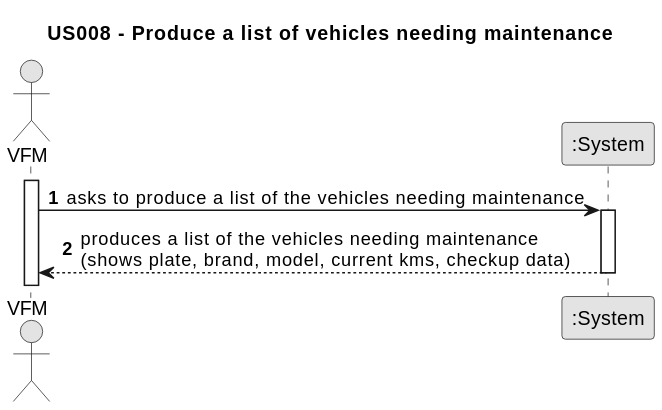
Departamento-de-Engenharia-Informatica/lei-24-s2-1dm-g132 keeps this PlantUML diagram as docs/sprintB/us008/01.requirements-engineering/svg/us008-system-sequence-diagram.svg. Above is the earlier version.
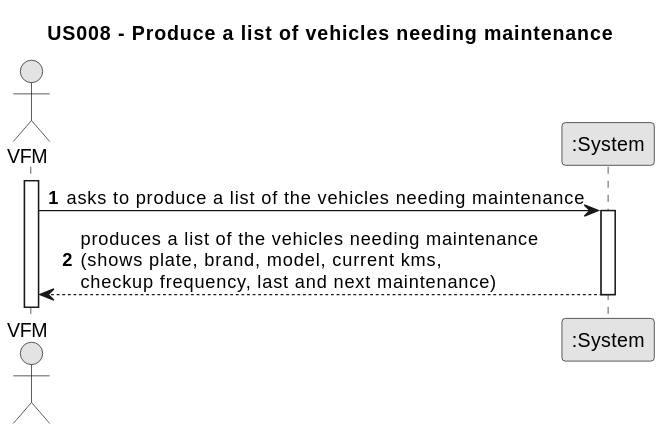
Above is the later version.

Commit message:
US08 domain model update: change to "has"

The edit, as a diff of the source:
```diff
@@ -15,6 +15,6 @@
     Employee -> System : asks to produce a list of the vehicles needing maintenance
     activate System
 
-    System --> Employee : produces a list of the vehicles needing maintenance \n(shows plate, brand, model, current kms, checkup data)
+    System --> Employee : produces a list of the vehicles needing maintenance \n(shows plate, brand, model, current kms,\ncheckup frequency, last and next maintenance)
     deactivate System
 @enduml
```
